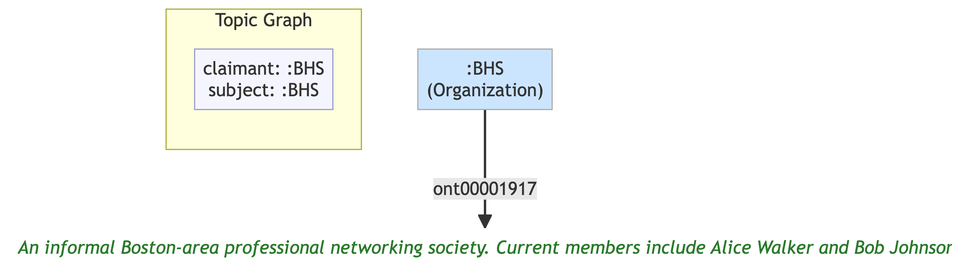
This is example/graphs/images/graph-01.png from MeeFoundation/mia-ontologies, a Mermaid export, as it was before one commit. Its source is kept beside it as example/graphs/images/graph-01.mmd.
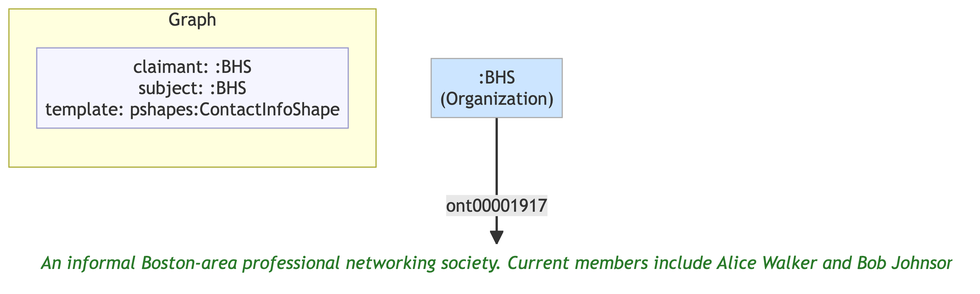
The same diagram one commit later.

What changed in the source:
```diff
@@ -4,12 +4,12 @@
     classDef lit    fill:none,stroke:none,font-style:italic,color:#2a7a2a
     classDef meta   fill:#f5f5ff,stroke:#9999cc,color:#333
 
-    subgraph ctx["Topic Graph"]
+    subgraph ctx["Graph"]
         direction LR
-        ctx_meta["claimant: :BHS\nsubject: :BHS"]:::meta
+        ctx_meta["claimant: :BHS\nsubject: :BHS\ntemplate: pshapes:ContactInfoShape"]:::meta
     end
 
     n0644db9ef116[":BHS\n(Organization)"]:::org
-    n23d5650e2787("An informal Boston-area professional networking society. Current members include Alice Walker and Bob Johnson."):::lit
+    nb40320d13138("An informal Boston-area professional networking society. Current members include Alice Walker and Bob Johnson."):::lit
 
-    n0644db9ef116 -->|"ont00001917"| n23d5650e2787
+    n0644db9ef116 -->|"ont00001917"| nb40320d13138
```
